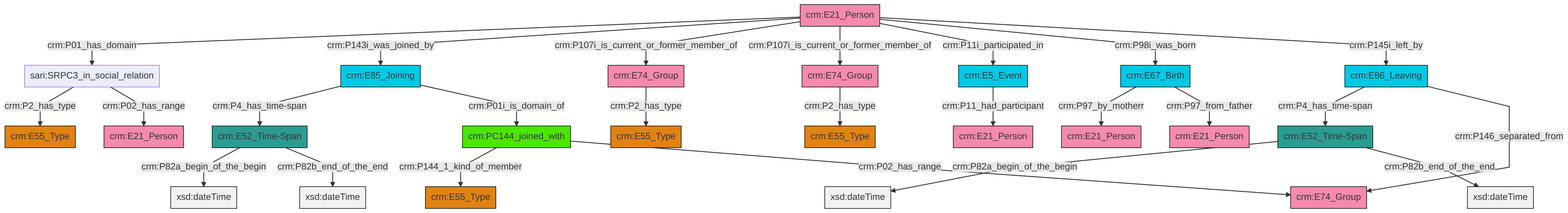
This is et/personCSV/ttl/mmd/png/Person_Actor_Relations.png from swiss-art-research-net/reference-data-models, a Mermaid export, as it was before one commit. Its source is kept beside it as et/personCSV/ttl/mmd/Person_Actor_Relations.ttl.mmd.
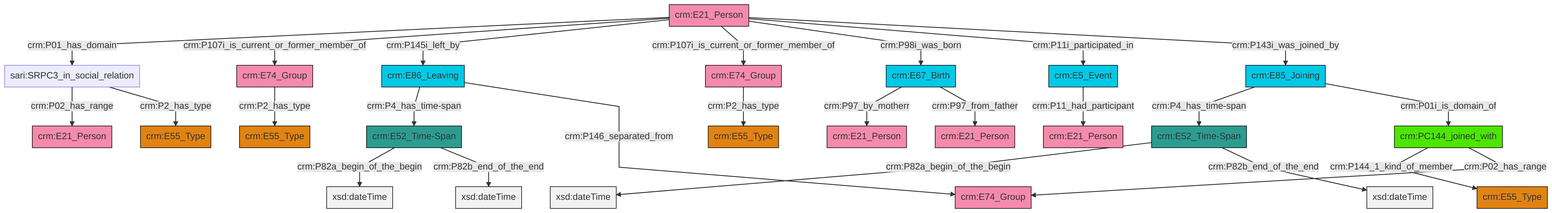
Above is the later version.

Change to the diagram source:
```diff
@@ -13,27 +13,27 @@
 classDef PC_Classes fill:#4ce600, stroke:#000000;
 classDef Multi fill:#cccccc,stroke:#000000;
 
-4["crm:E85_Joining"]:::Temporal_Entity -->|crm:P4_has_time-span| 5["crm:E52_Time-Span"]:::Time-Span
-0["crm:E52_Time-Span"]:::Time-Span -->|crm:P82a_begin_of_the_begin| 6[xsd:dateTime]:::Literal
-9["crm:E21_Person"]:::Actor -->|crm:P01_has_domain| 10["sari:SRPC3_in_social_relation"]:::Default
-9["crm:E21_Person"]:::Actor -->|crm:P143i_was_joined_by| 4["crm:E85_Joining"]:::Temporal_Entity
-14["crm:PC144_joined_with"]:::PC_Classes -->|crm:P144_1_kind_of_member| 16["crm:E55_Type"]:::Type
-18["crm:E5_Event"]:::Temporal_Entity -->|crm:P11_had_participant| 19["crm:E21_Person"]:::Actor
-0["crm:E52_Time-Span"]:::Time-Span -->|crm:P82b_end_of_the_end| 20[xsd:dateTime]:::Literal
-4["crm:E85_Joining"]:::Temporal_Entity -->|crm:P01i_is_domain_of| 14["crm:PC144_joined_with"]:::PC_Classes
-5["crm:E52_Time-Span"]:::Time-Span -->|crm:P82a_begin_of_the_begin| 21[xsd:dateTime]:::Literal
-10["sari:SRPC3_in_social_relation"]:::Default -->|crm:P2_has_type| 2["crm:E55_Type"]:::Type
-9["crm:E21_Person"]:::Actor -->|crm:P107i_is_current_or_former_member_of| 22["crm:E74_Group"]:::Actor
-9["crm:E21_Person"]:::Actor -->|crm:P107i_is_current_or_former_member_of| 7["crm:E74_Group"]:::Actor
-7["crm:E74_Group"]:::Actor -->|crm:P2_has_type| 27["crm:E55_Type"]:::Type
-10["sari:SRPC3_in_social_relation"]:::Default -->|crm:P02_has_range| 30["crm:E21_Person"]:::Actor
-14["crm:PC144_joined_with"]:::PC_Classes -->|crm:P02_has_range| 25["crm:E74_Group"]:::Actor
-5["crm:E52_Time-Span"]:::Time-Span -->|crm:P82b_end_of_the_end| 31[xsd:dateTime]:::Literal
-9["crm:E21_Person"]:::Actor -->|crm:P11i_participated_in| 18["crm:E5_Event"]:::Temporal_Entity
-23["crm:E67_Birth"]:::Temporal_Entity -->|crm:P97_by_motherr| 28["crm:E21_Person"]:::Actor
-22["crm:E74_Group"]:::Actor -->|crm:P2_has_type| 32["crm:E55_Type"]:::Type
-36["crm:E86_Leaving"]:::Temporal_Entity -->|crm:P4_has_time-span| 0["crm:E52_Time-Span"]:::Time-Span
-9["crm:E21_Person"]:::Actor -->|crm:P98i_was_born| 23["crm:E67_Birth"]:::Temporal_Entity
-9["crm:E21_Person"]:::Actor -->|crm:P145i_left_by| 36["crm:E86_Leaving"]:::Temporal_Entity
-23["crm:E67_Birth"]:::Temporal_Entity -->|crm:P97_from_father| 12["crm:E21_Person"]:::Actor
-36["crm:E86_Leaving"]:::Temporal_Entity -->|crm:P146_separated_from| 25["crm:E74_Group"]:::Actor
+0["crm:E21_Person"]:::Actor -->|crm:P01_has_domain| 1["sari:SRPC3_in_social_relation"]:::Default
+0["crm:E21_Person"]:::Actor -->|crm:P107i_is_current_or_former_member_of| 10["crm:E74_Group"]:::Actor
+11["crm:E85_Joining"]:::Temporal_Entity -->|crm:P4_has_time-span| 12["crm:E52_Time-Span"]:::Time-Span
+6["crm:E86_Leaving"]:::Temporal_Entity -->|crm:P4_has_time-span| 14["crm:E52_Time-Span"]:::Time-Span
+17["crm:PC144_joined_with"]:::PC_Classes -->|crm:P144_1_kind_of_member| 18["crm:E55_Type"]:::Type
+0["crm:E21_Person"]:::Actor -->|crm:P145i_left_by| 6["crm:E86_Leaving"]:::Temporal_Entity
+6["crm:E86_Leaving"]:::Temporal_Entity -->|crm:P146_separated_from| 20["crm:E74_Group"]:::Actor
+8["crm:E5_Event"]:::Temporal_Entity -->|crm:P11_had_participant| 24["crm:E21_Person"]:::Actor
+1["sari:SRPC3_in_social_relation"]:::Default -->|crm:P02_has_range| 2["crm:E21_Person"]:::Actor
+0["crm:E21_Person"]:::Actor -->|crm:P107i_is_current_or_former_member_of| 4["crm:E74_Group"]:::Actor
+0["crm:E21_Person"]:::Actor -->|crm:P98i_was_born| 27["crm:E67_Birth"]:::Temporal_Entity
+1["sari:SRPC3_in_social_relation"]:::Default -->|crm:P2_has_type| 29["crm:E55_Type"]:::Type
+10["crm:E74_Group"]:::Actor -->|crm:P2_has_type| 22["crm:E55_Type"]:::Type
+11["crm:E85_Joining"]:::Temporal_Entity -->|crm:P01i_is_domain_of| 17["crm:PC144_joined_with"]:::PC_Classes
+14["crm:E52_Time-Span"]:::Time-Span -->|crm:P82a_begin_of_the_begin| 34[xsd:dateTime]:::Literal
+27["crm:E67_Birth"]:::Temporal_Entity -->|crm:P97_by_motherr| 31["crm:E21_Person"]:::Actor
+12["crm:E52_Time-Span"]:::Time-Span -->|crm:P82a_begin_of_the_begin| 36[xsd:dateTime]:::Literal
+12["crm:E52_Time-Span"]:::Time-Span -->|crm:P82b_end_of_the_end| 38[xsd:dateTime]:::Literal
+17["crm:PC144_joined_with"]:::PC_Classes -->|crm:P02_has_range| 20["crm:E74_Group"]:::Actor
+14["crm:E52_Time-Span"]:::Time-Span -->|crm:P82b_end_of_the_end| 43[xsd:dateTime]:::Literal
+4["crm:E74_Group"]:::Actor -->|crm:P2_has_type| 15["crm:E55_Type"]:::Type
+0["crm:E21_Person"]:::Actor -->|crm:P11i_participated_in| 8["crm:E5_Event"]:::Temporal_Entity
+27["crm:E67_Birth"]:::Temporal_Entity -->|crm:P97_from_father| 39["crm:E21_Person"]:::Actor
+0["crm:E21_Person"]:::Actor -->|crm:P143i_was_joined_by| 11["crm:E85_Joining"]:::Temporal_Entity
```
